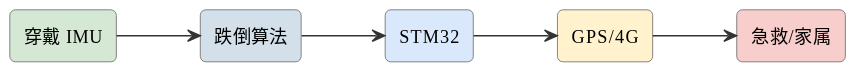
This is assets/diagrams/ideas-fig51.svg from mingyi0818/IntelligentMcuCourse, a PlantUML export, as it was before one commit.
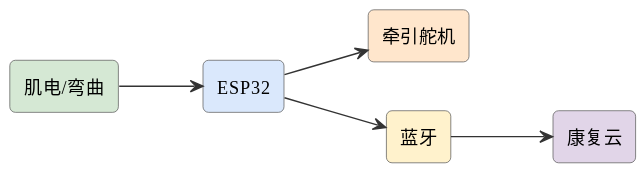
The same file after the commit.

Change to the diagram source:
```diff
@@ -6,13 +6,13 @@
 skinparam arrowFontSize 11
 skinparam arrowColor #333
 left to right direction
-rectangle "穿戴 IMU" as imu #d5e8d4
-rectangle "跌倒算法" as ai #d3e0ea
-rectangle "STM32" as stm #dae8fc
-rectangle "GPS/4G" as gps #fff2cc
-rectangle "急救/家属" as app #f8cecc
-imu --> ai
-ai --> stm
-stm --> gps
-gps --> app
+rectangle "肌电/弯曲" as emg #d5e8d4
+rectangle "ESP32" as esp #dae8fc
+rectangle "牵引舵机" as servo #ffe6cc
+rectangle "蓝牙" as bt #fff2cc
+rectangle "康复云" as cloud #e1d5e8
+emg --> esp
+esp --> servo
+esp --> bt
+bt --> cloud
 @enduml
```
